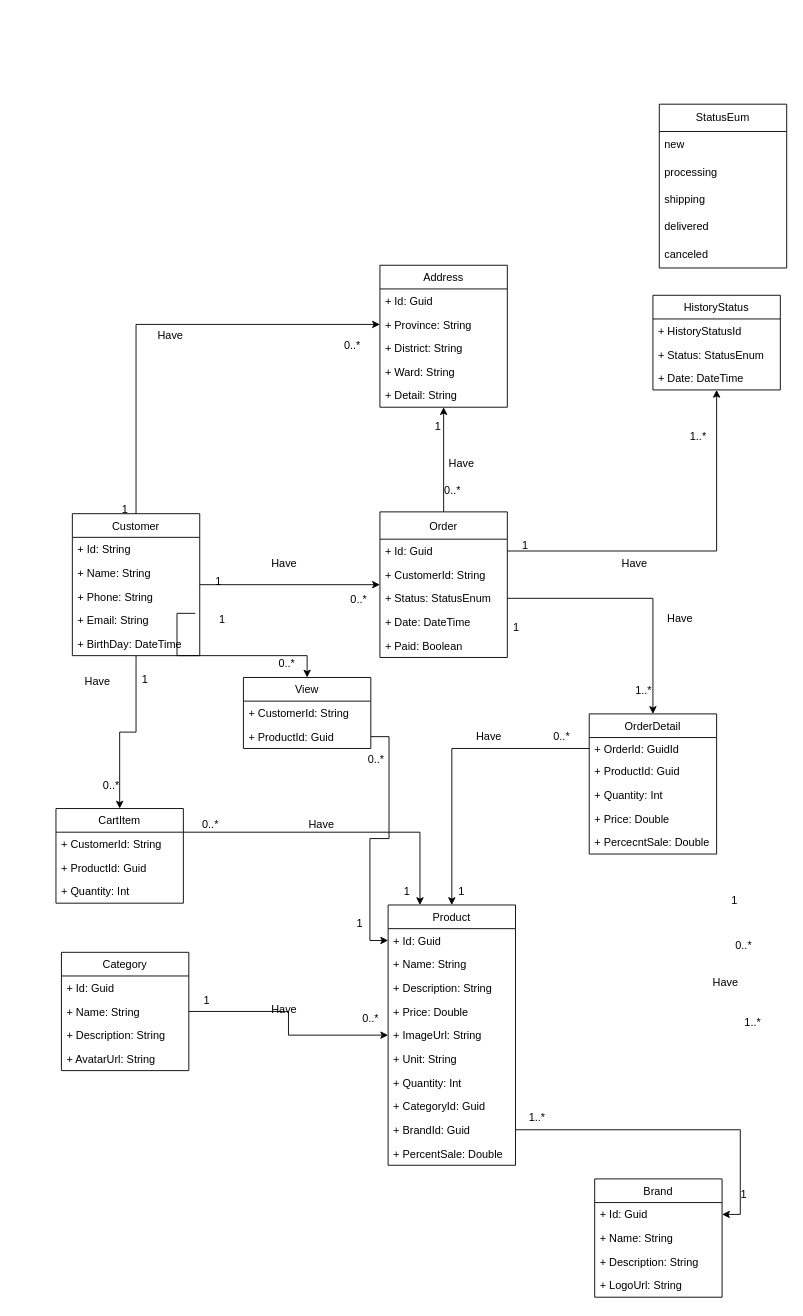
Earlier version of the draw.io diagram BA&DS/ClassDiagram.drawio (cuongcamauit/LandP). Source tidied: cells renumbered, new cells numbered last; positions are measured from the earlier drawing's top-left corner, leaving out a move shared by most shapes. Both pictures are drawn from the tidied source at 91%, with x=0, y=0 at pixel (56, 104).
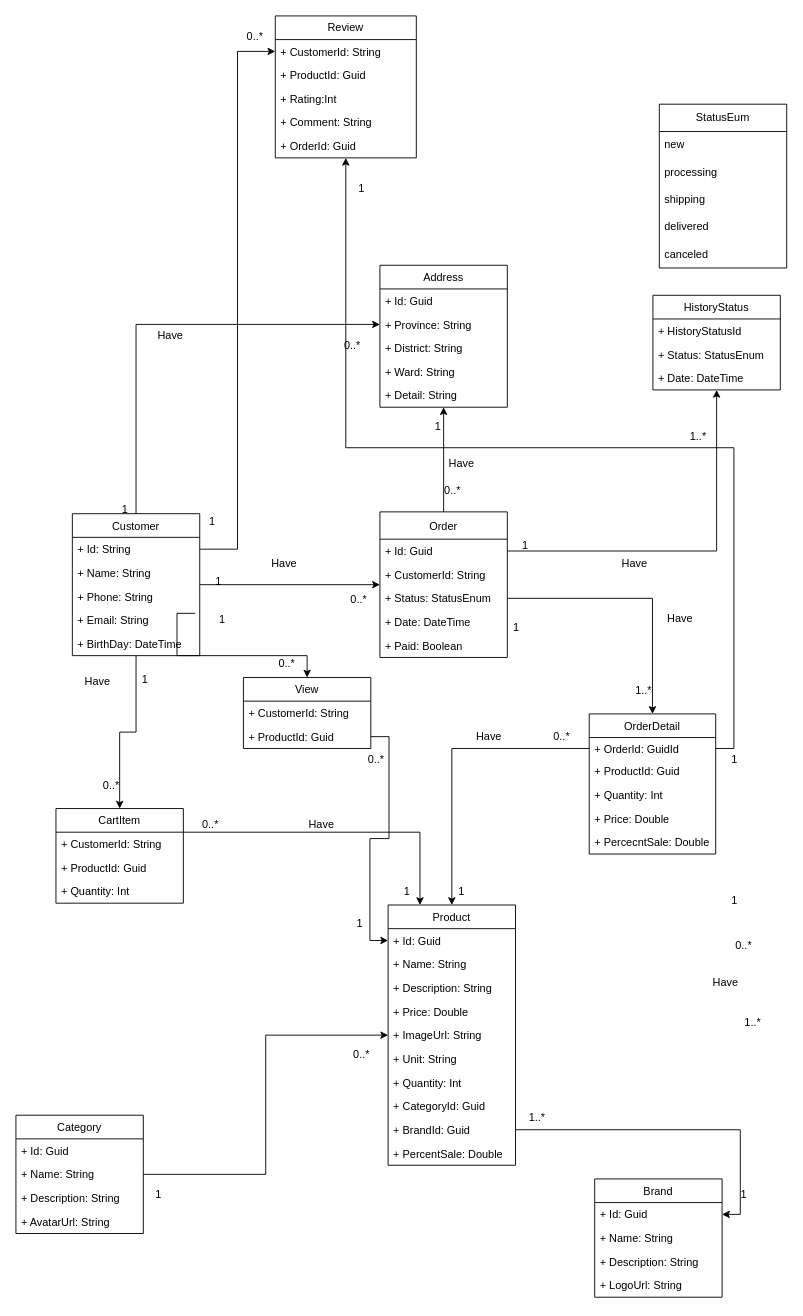
Above is the later version.

Unchanged cells that the change refers to:
```xml
<mxCell id="51" style="group;" parent="1" vertex="1">
  <mxGeometry x="46" y="263" width="310" height="343" as="geometry" />
</mxCell>
<mxCell id="54" value="+ Id: String" style="text;strokeColor=none;fillColor=none;align=left;verticalAlign=top;spacingLeft=4;spacingRight=4;overflow=hidden;points=[[0,0.5],[1,0.5]];portConstraint=eastwest;" parent="53" vertex="1">
  <mxGeometry y="26" width="140" height="26" as="geometry" />
</mxCell>
```

Diff of the diagram source:
```diff
@@
     <mxCell id="2" value="Category" style="swimlane;fontStyle=0;horizontal=1;startSize=26;fillColor=none;" parent="1" vertex="1">
-      <mxGeometry x="6" y="932" width="140" height="130" as="geometry" />
+      <mxGeometry x="-44" y="1111" width="140" height="130" as="geometry" />
     </mxCell>
@@
     <mxCell id="25" value="OrderDetail" style="swimlane;fontStyle=0;horizontal=1;startSize=26;fillColor=none;" parent="1" vertex="1">
-      <mxGeometry x="586" y="670" width="140" height="154" as="geometry" />
+      <mxGeometry x="586" y="670" width="139" height="154" as="geometry" />
     </mxCell>
     <mxCell id="26" value="+ OrderId: GuidId" style="text;strokeColor=none;fillColor=none;align=left;verticalAlign=top;spacingLeft=4;spacingRight=4;overflow=hidden;points=[[0,0.5],[1,0.5]];portConstraint=eastwest;" parent="25" vertex="1">
-      <mxGeometry y="26" width="140" height="24" as="geometry" />
+      <mxGeometry y="26" width="139" height="24" as="geometry" />
     </mxCell>
     <mxCell id="27" value="+ ProductId: Guid" style="text;strokeColor=none;fillColor=none;align=left;verticalAlign=top;spacingLeft=4;spacingRight=4;overflow=hidden;" parent="25" vertex="1">
-      <mxGeometry y="50" width="140" height="26" as="geometry" />
+      <mxGeometry y="50" width="139" height="26" as="geometry" />
     </mxCell>
     <mxCell id="28" value="+ Quantity: Int" style="text;strokeColor=none;fillColor=none;align=left;verticalAlign=top;spacingLeft=4;spacingRight=4;overflow=hidden;" parent="25" vertex="1">
-      <mxGeometry y="76" width="140" height="26" as="geometry" />
+      <mxGeometry y="76" width="139" height="26" as="geometry" />
     </mxCell>
     <mxCell id="29" value="+ Price: Double" style="text;strokeColor=none;fillColor=none;align=left;verticalAlign=top;spacingLeft=4;spacingRight=4;overflow=hidden;" parent="25" vertex="1">
-      <mxGeometry y="102" width="140" height="26" as="geometry" />
+      <mxGeometry y="102" width="139" height="26" as="geometry" />
     </mxCell>
     <mxCell id="30" value="+ PercecntSale: Double" style="text;strokeColor=none;fillColor=none;align=left;verticalAlign=top;spacingLeft=4;spacingRight=4;overflow=hidden;" parent="25" vertex="1">
-      <mxGeometry y="128" width="140" height="26" as="geometry" />
+      <mxGeometry y="128" width="139" height="26" as="geometry" />
     </mxCell>
@@
+    <mxCell id="121" value="1" style="text;html=1;strokeColor=none;fillColor=none;align=center;verticalAlign=middle;whiteSpace=wrap;rounded=0;" parent="51" vertex="1">
+      <mxGeometry x="96" y="181" width="60" height="30" as="geometry" />
+    </mxCell>
@@
-    <mxCell id="90" style="group;" parent="1" vertex="1">
-      <mxGeometry x="136" y="969.5" width="240" height="50" as="geometry" />
-    </mxCell>
-    <mxCell id="91" value="Have" style="text;html=1;strokeColor=none;fillColor=none;align=center;verticalAlign=middle;whiteSpace=wrap;rounded=0;" parent="90" vertex="1">
-      <mxGeometry x="85" y="10.5" width="60" height="30" as="geometry" />
-    </mxCell>
-    <mxCell id="92" value="1" style="text;html=1;strokeColor=none;fillColor=none;align=center;verticalAlign=middle;whiteSpace=wrap;rounded=0;" parent="90" vertex="1">
-      <mxGeometry width="60" height="30" as="geometry" />
-    </mxCell>
-    <mxCell id="93" value="0..*" style="text;html=1;strokeColor=none;fillColor=none;align=center;verticalAlign=middle;whiteSpace=wrap;rounded=0;" parent="90" vertex="1">
-      <mxGeometry x="180" y="20" width="60" height="30" as="geometry" />
-    </mxCell>
@@
+    <mxCell id="122" value="Review" style="swimlane;fontStyle=0;horizontal=1;startSize=26;fillColor=none;whiteSpace=wrap;html=1;" parent="1" vertex="1">
+      <mxGeometry x="241" y="-97" width="155" height="156" as="geometry" />
+    </mxCell>
+    <mxCell id="123" value="+ CustomerId: String" style="text;strokeColor=none;fillColor=none;align=left;verticalAlign=top;spacingLeft=4;spacingRight=4;overflow=hidden;points=[[0,0.5],[1,0.5]];portConstraint=eastwest;whiteSpace=wrap;html=1;" parent="122" vertex="1">
+      <mxGeometry y="26" width="155" height="26" as="geometry" />
+    </mxCell>
+    <mxCell id="124" value="+ ProductId: Guid" style="text;strokeColor=none;fillColor=none;align=left;verticalAlign=top;spacingLeft=4;spacingRight=4;overflow=hidden;whiteSpace=wrap;html=1;" parent="122" vertex="1">
+      <mxGeometry y="52" width="155" height="26" as="geometry" />
+    </mxCell>
+    <mxCell id="125" value="+ Rating:Int" style="text;strokeColor=none;fillColor=none;align=left;verticalAlign=top;spacingLeft=4;spacingRight=4;overflow=hidden;whiteSpace=wrap;html=1;" parent="122" vertex="1">
+      <mxGeometry y="78" width="155" height="26" as="geometry" />
+    </mxCell>
+    <mxCell id="126" value="+ Comment: String" style="text;strokeColor=none;fillColor=none;align=left;verticalAlign=top;spacingLeft=4;spacingRight=4;overflow=hidden;whiteSpace=wrap;html=1;" parent="122" vertex="1">
+      <mxGeometry y="104" width="155" height="26" as="geometry" />
+    </mxCell>
+    <mxCell id="127" value="+ OrderId: Guid" style="text;strokeColor=none;fillColor=none;align=left;verticalAlign=top;spacingLeft=4;spacingRight=4;overflow=hidden;whiteSpace=wrap;html=1;" parent="122" vertex="1">
+      <mxGeometry y="130" width="155" height="26" as="geometry" />
+    </mxCell>
+    <mxCell id="128" value="1" style="text;html=1;strokeColor=none;fillColor=none;align=center;verticalAlign=middle;whiteSpace=wrap;rounded=0;" parent="1" vertex="1">
+      <mxGeometry x="83" y="1184" width="60" height="30" as="geometry" />
+    </mxCell>
+    <mxCell id="129" value="0..*" style="text;html=1;strokeColor=none;fillColor=none;align=center;verticalAlign=middle;whiteSpace=wrap;rounded=0;" parent="1" vertex="1">
+      <mxGeometry x="306" y="1030" width="60" height="30" as="geometry" />
+    </mxCell>
+    <mxCell id="130" style="edgeStyle=orthogonalEdgeStyle;rounded=0;jettySize=auto;html=1;exitX=1;exitY=0.5;exitDx=0;exitDy=0;entryX=0;entryY=0.5;entryDx=0;entryDy=0;" parent="1" edge="1" source="54" target="123">
+      <mxGeometry relative="1" as="geometry" />
+    </mxCell>
+    <mxCell id="131" style="edgeStyle=orthogonalEdgeStyle;rounded=0;jettySize=auto;html=1;exitX=1;exitY=0.5;exitDx=0;exitDy=0;" parent="1" edge="1" source="26" target="122">
+      <mxGeometry relative="1" as="geometry" />
+    </mxCell>
+    <mxCell id="132" value="0..*" style="text;html=1;strokeColor=none;fillColor=none;align=center;verticalAlign=middle;whiteSpace=wrap;rounded=0;" parent="1" vertex="1">
+      <mxGeometry x="189" y="-89" width="60" height="30" as="geometry" />
+    </mxCell>
+    <mxCell id="133" value="1" style="text;html=1;strokeColor=none;fillColor=none;align=center;verticalAlign=middle;whiteSpace=wrap;rounded=0;" parent="1" vertex="1">
+      <mxGeometry x="716" y="705" width="60" height="30" as="geometry" />
+    </mxCell>
+    <mxCell id="134" value="1" style="text;html=1;strokeColor=none;fillColor=none;align=center;verticalAlign=middle;whiteSpace=wrap;rounded=0;" parent="1" vertex="1">
+      <mxGeometry x="306" y="73" width="60" height="39" as="geometry" />
+    </mxCell>
```
